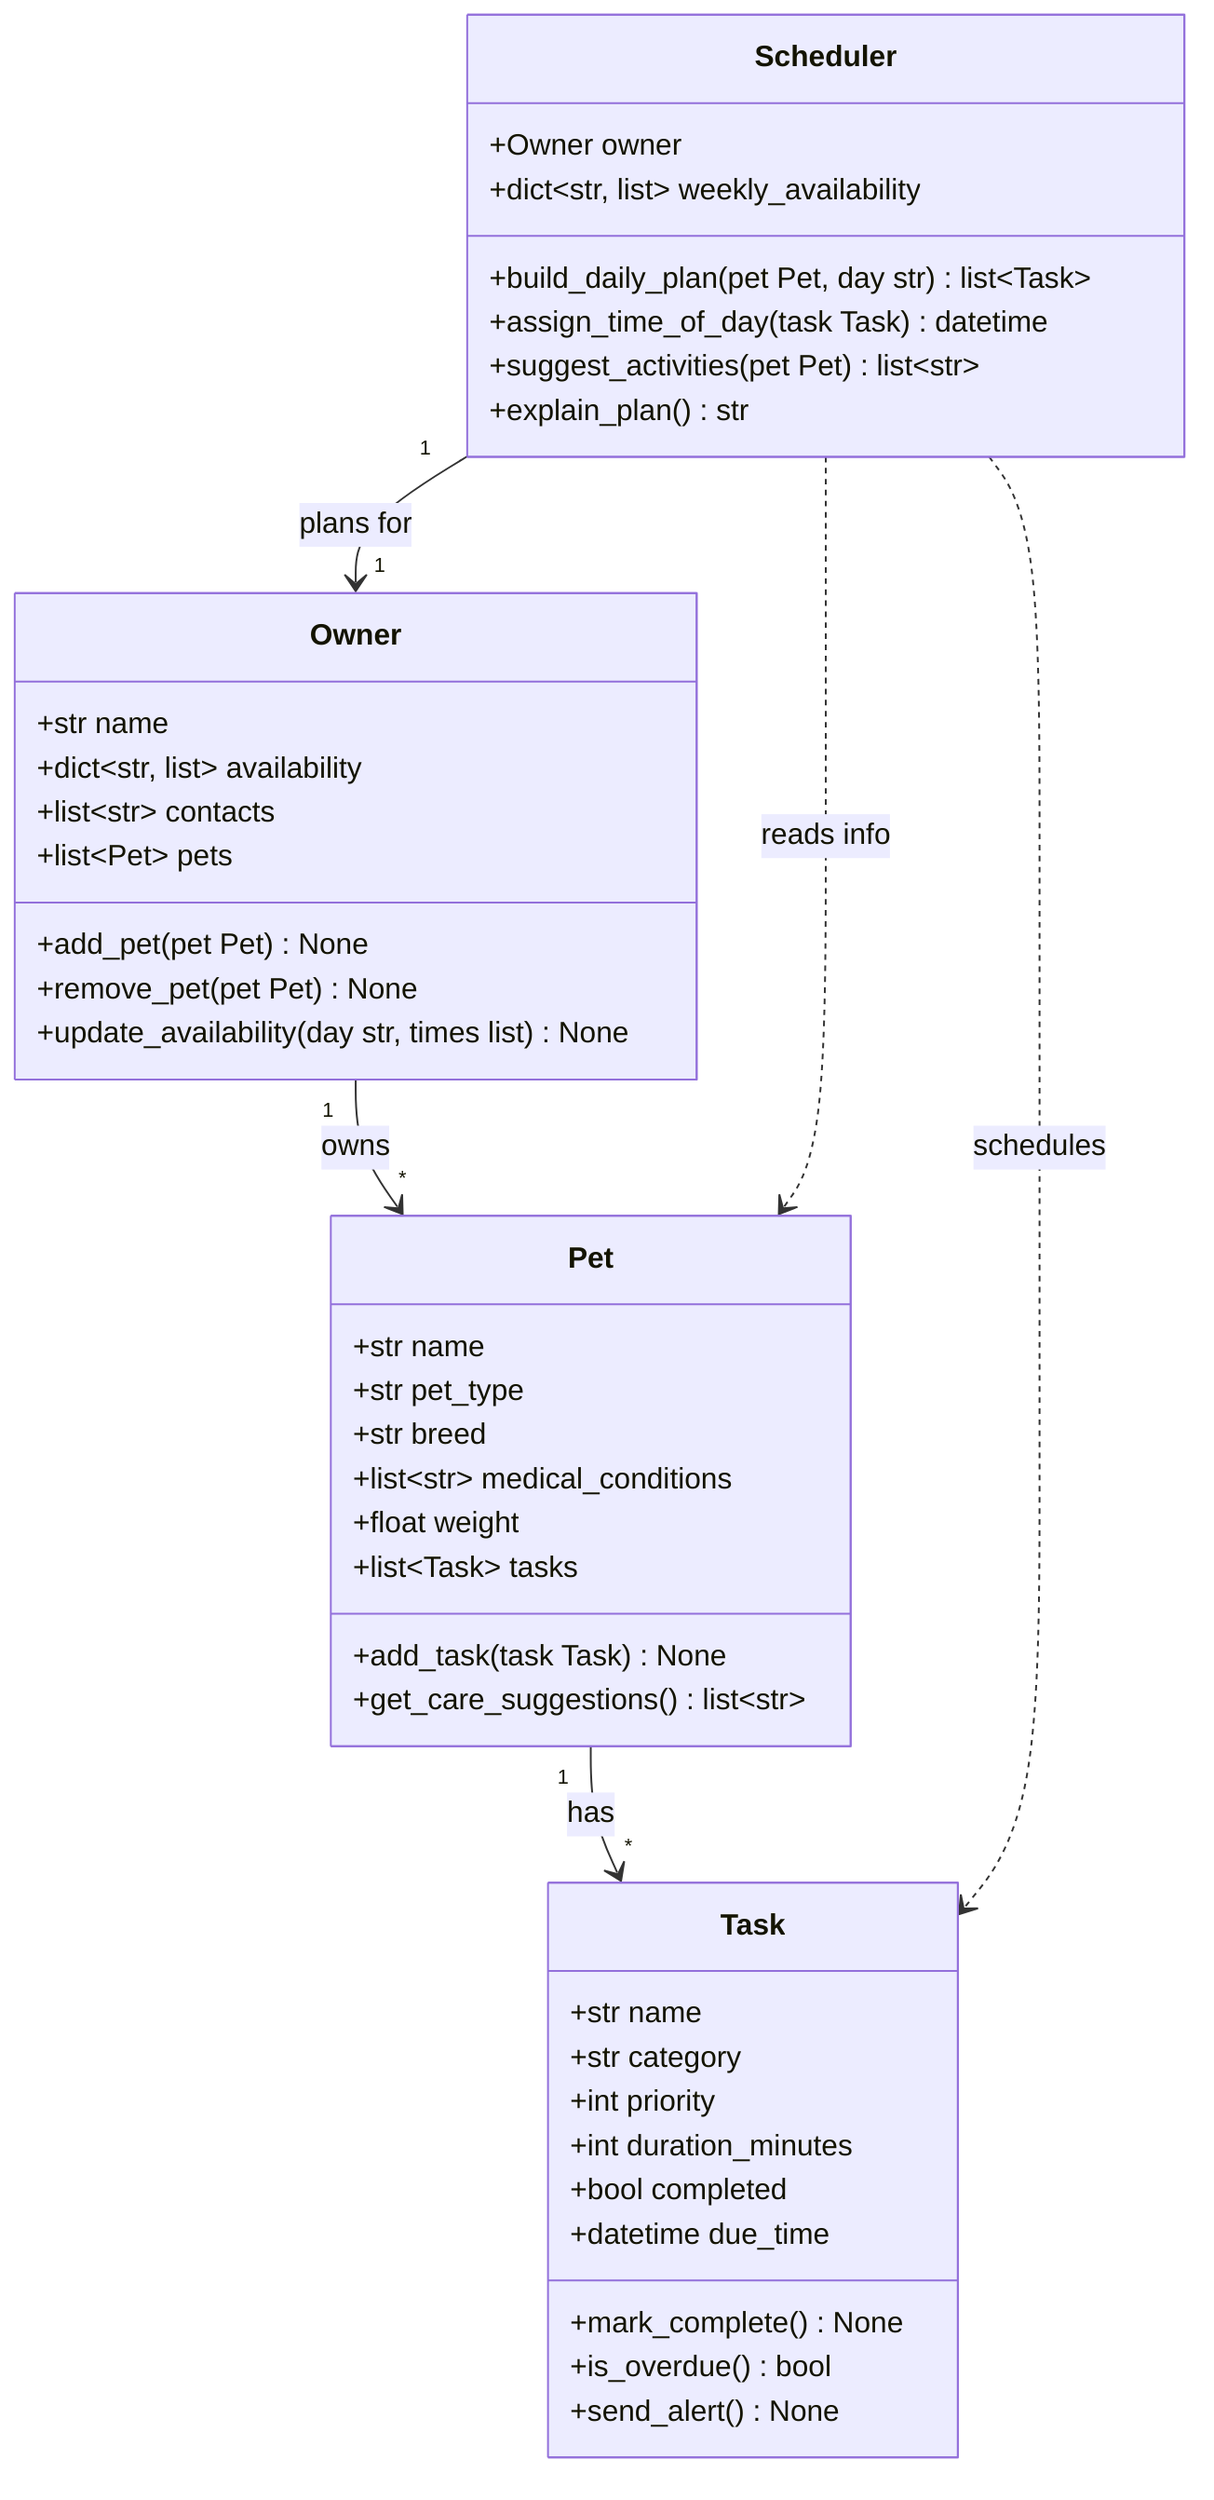
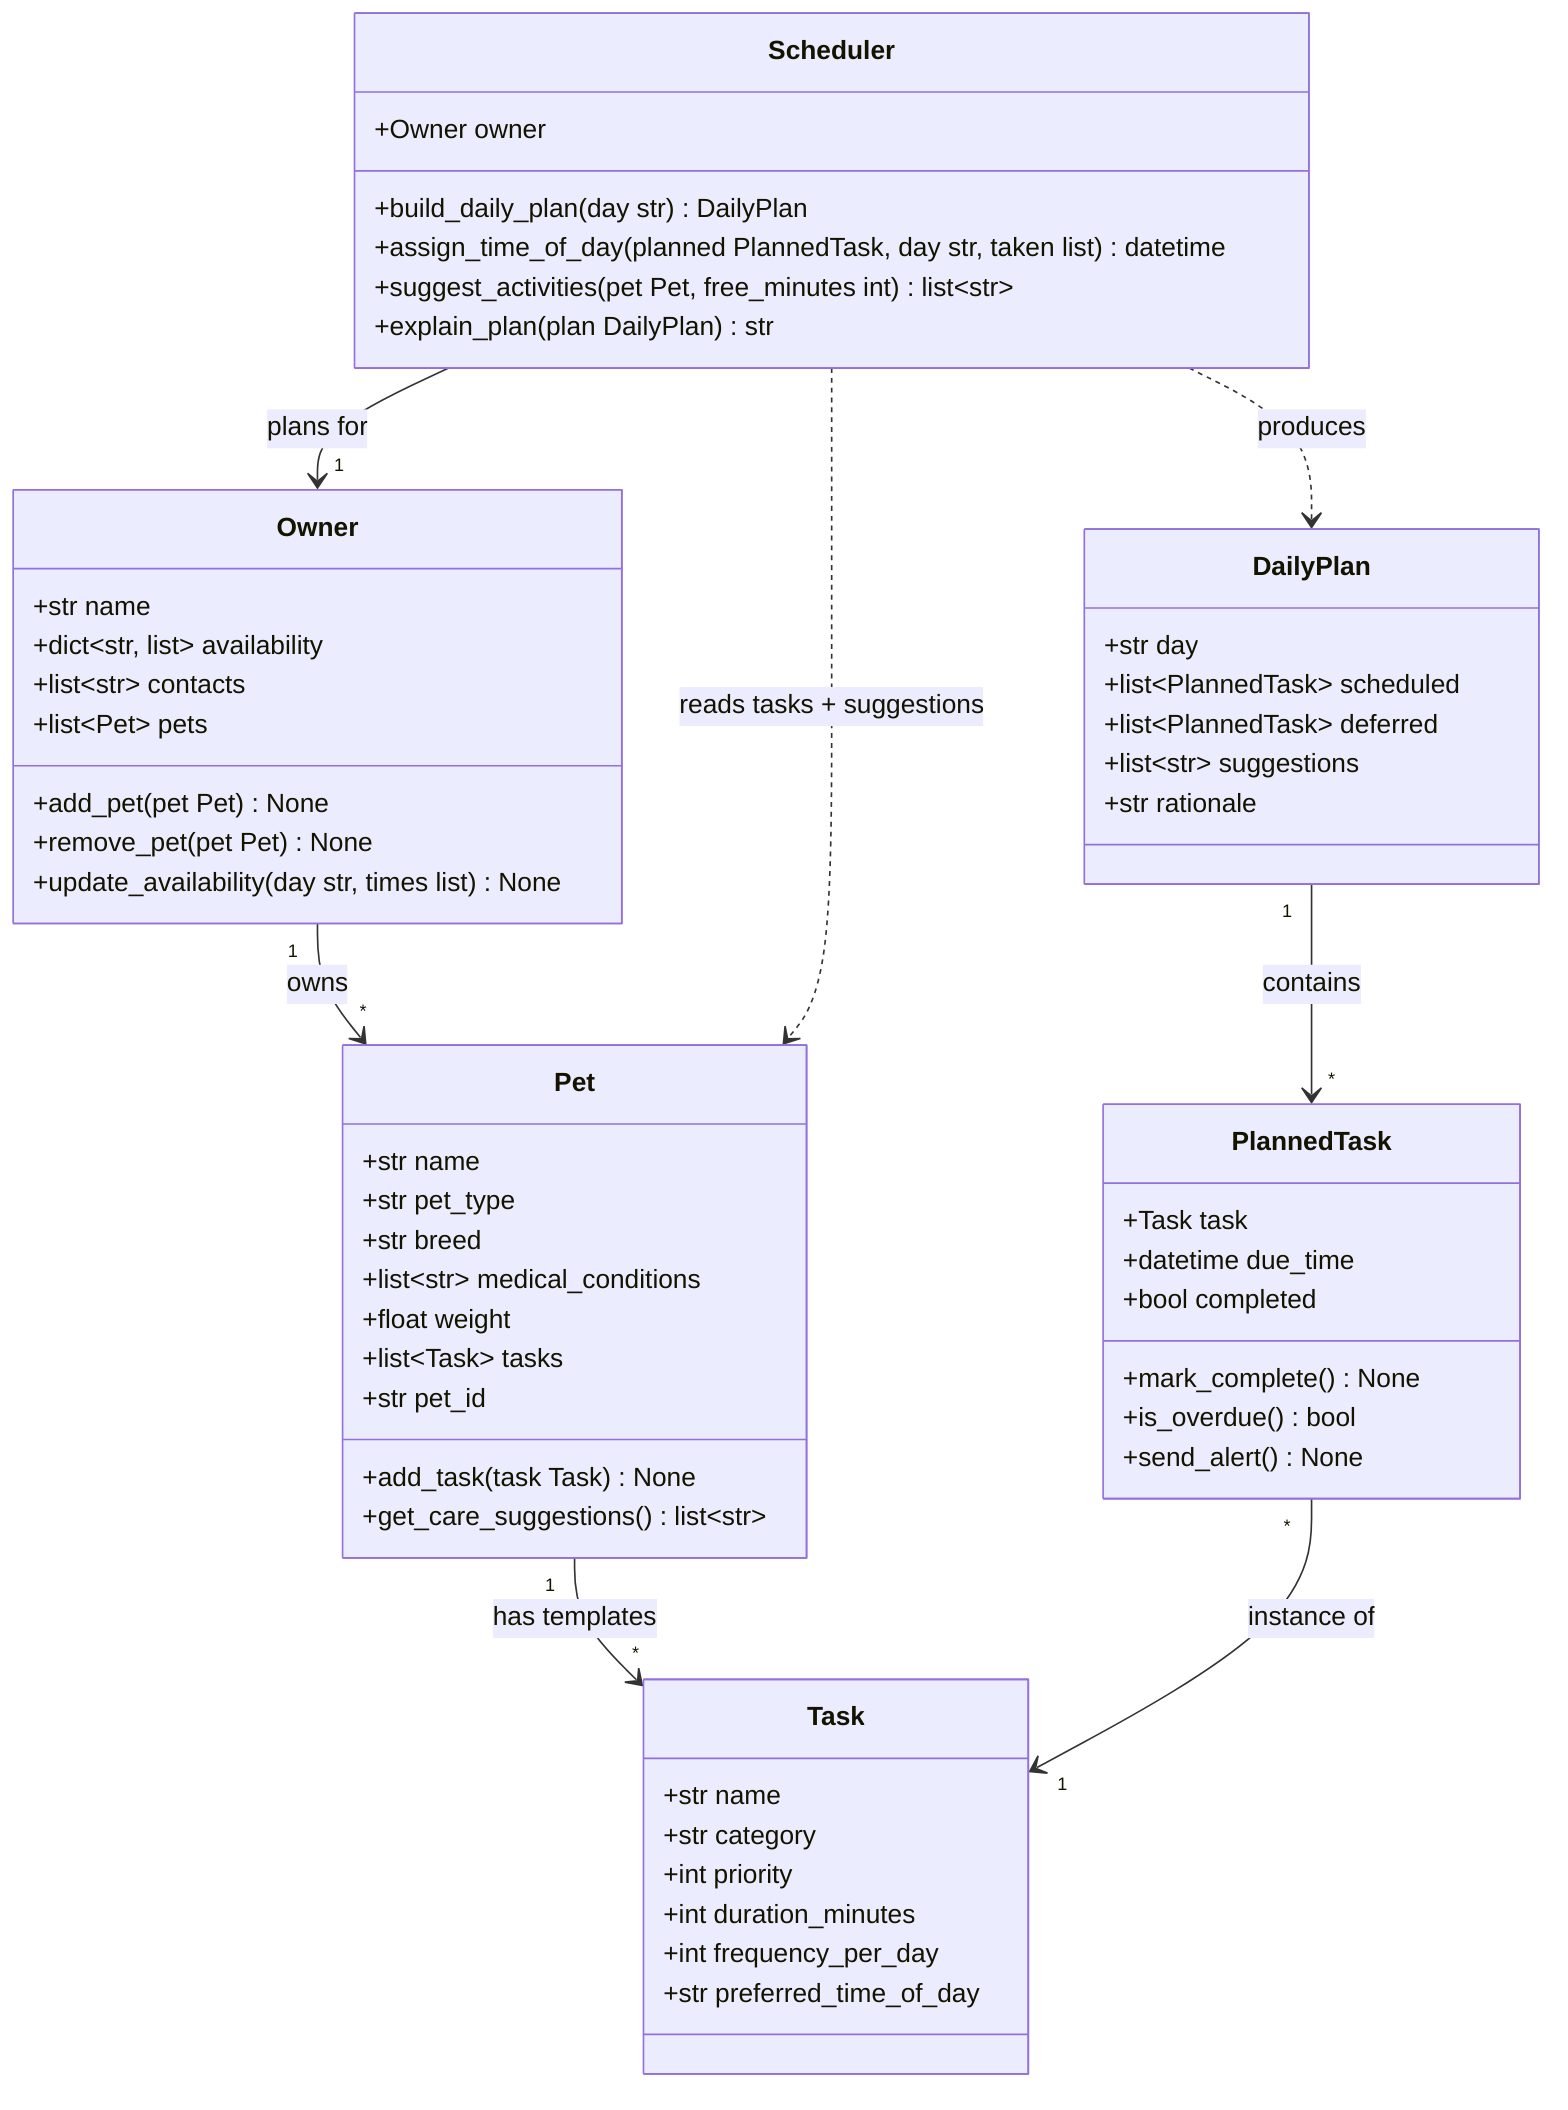
classDiagram
    class Owner {
        +str name
        +dict~str, list~ availability
        +list~str~ contacts
        +list~Pet~ pets
        +add_pet(pet Pet) None
        +remove_pet(pet Pet) None
        +update_availability(day str, times list) None
    }

    class Pet {
        +str name
        +str pet_type
        +str breed
        +list~str~ medical_conditions
        +float weight
        +list~Task~ tasks
+         +str pet_id
        +add_task(task Task) None
        +get_care_suggestions() list~str~
    }

    class Task {
        +str name
        +str category
        +int priority
        +int duration_minutes
+         +int frequency_per_day
+         +str preferred_time_of_day
+     }
+ 
+     class PlannedTask {
+         +Task task
+         +datetime due_time
        +bool completed
-         +datetime due_time
        +mark_complete() None
        +is_overdue() bool
        +send_alert() None
    }

+     class DailyPlan {
+         +str day
+         +list~PlannedTask~ scheduled
+         +list~PlannedTask~ deferred
+         +list~str~ suggestions
+         +str rationale
+     }
+ 
    class Scheduler {
        +Owner owner
-         +dict~str, list~ weekly_availability
-         +build_daily_plan(pet Pet, day str) list~Task~
-         +assign_time_of_day(task Task) datetime
-         +suggest_activities(pet Pet) list~str~
-         +explain_plan() str
+         +build_daily_plan(day str) DailyPlan
+         +assign_time_of_day(planned PlannedTask, day str, taken list) datetime
+         +suggest_activities(pet Pet, free_minutes int) list~str~
+         +explain_plan(plan DailyPlan) str
    }

    Owner "1" --> "*" Pet : owns
-     Pet "1" --> "*" Task : has
+     Pet "1" --> "*" Task : has templates
+     PlannedTask "*" --> "1" Task : instance of
    Scheduler "1" --> "1" Owner : plans for
-     Scheduler ..> Task : schedules
-     Scheduler ..> Pet : reads info
+     Scheduler ..> Pet : reads tasks + suggestions
+     Scheduler ..> DailyPlan : produces
+     DailyPlan "1" --> "*" PlannedTask : contains
